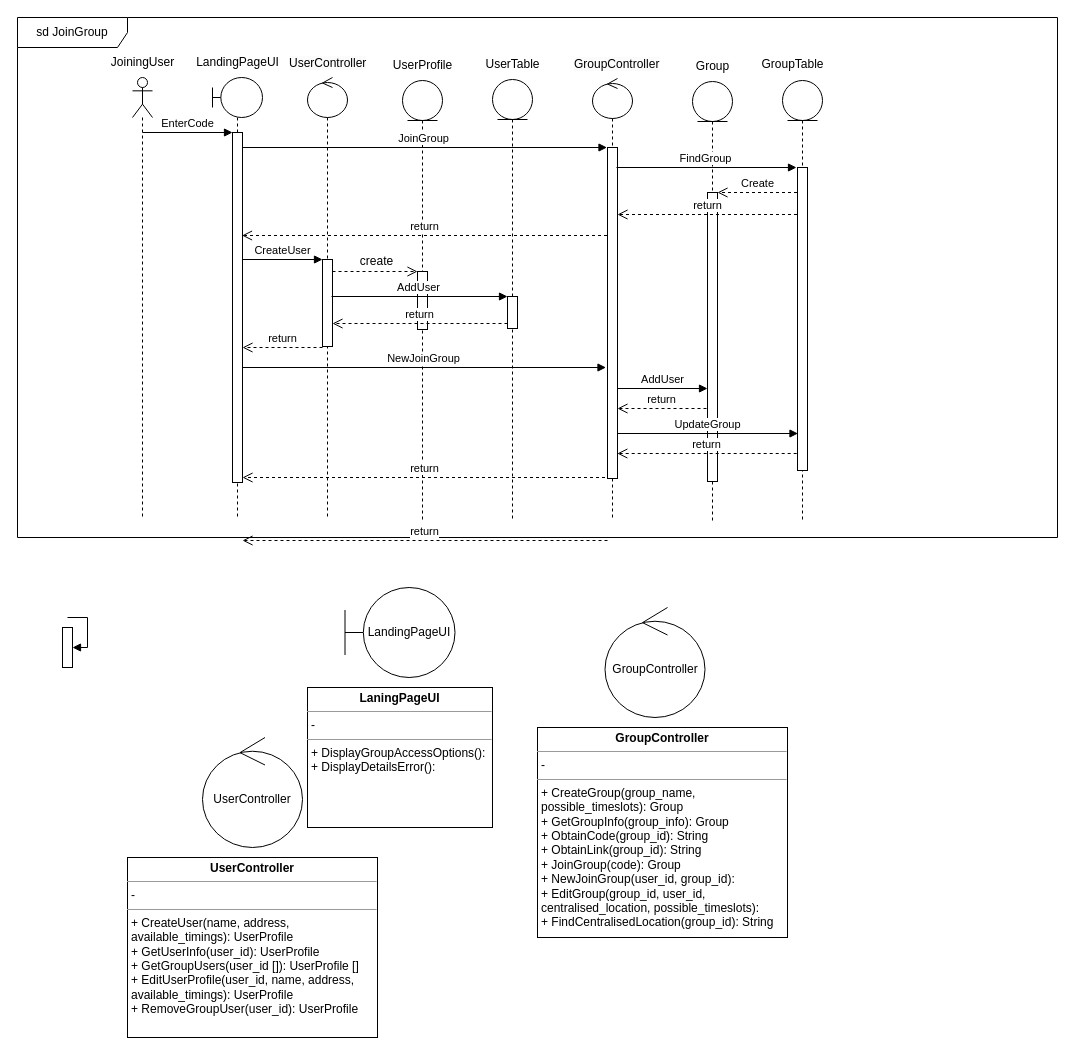
audd-ho/School-Projects-Stuff keeps this draw.io diagram as page "CodeJoinGroup" (2 of 8) of SC2006/Diagrams/Sequence Diagrams.drawio. Above is the earlier version. Source tidied: cells renumbered, new cells numbered last; positions are measured from the earlier drawing's top-left corner, leaving out a move shared by most shapes. Both pictures are drawn from the tidied source at 100%, with x=0, y=0 at pixel (17, 17).
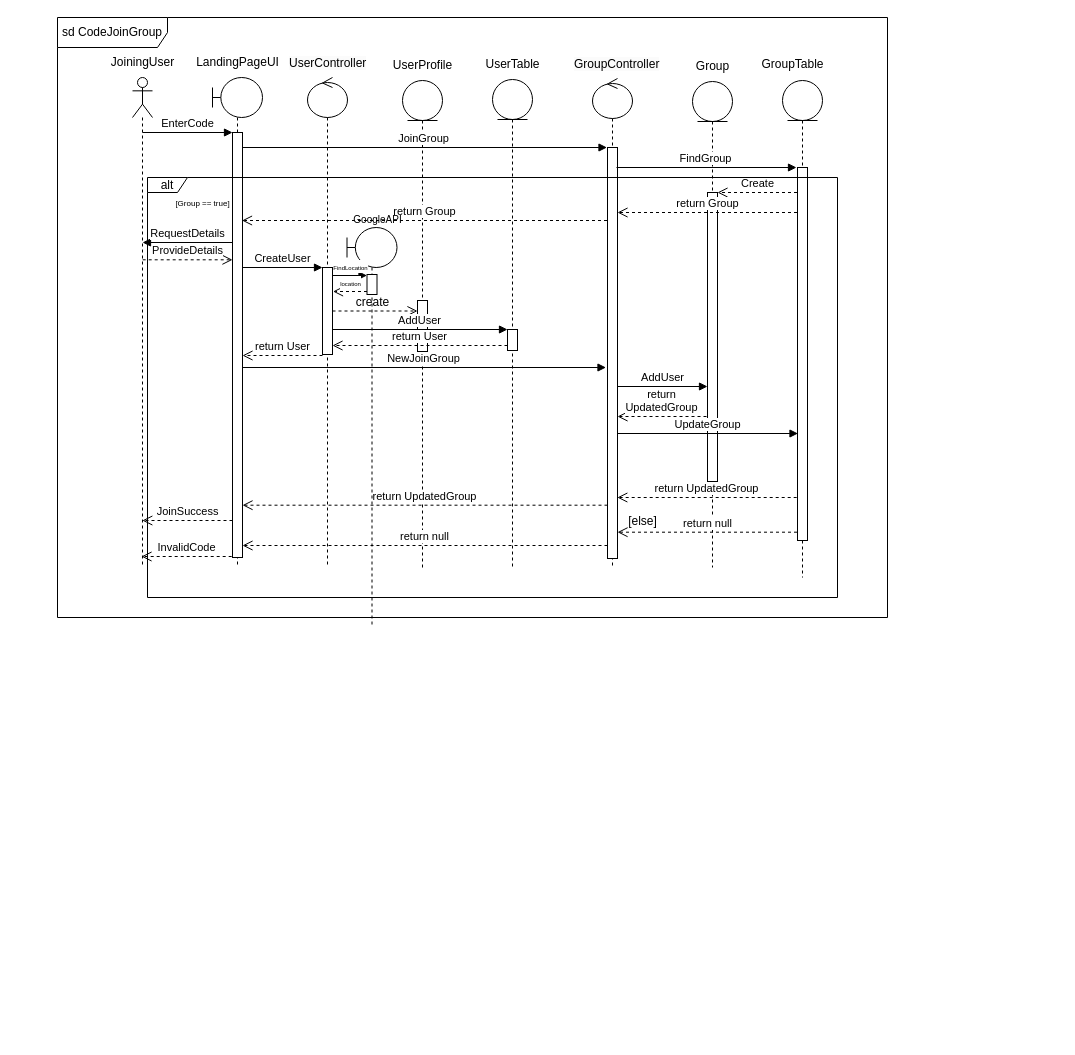
Above is the later version.

Change to the diagram source:
```diff
@@
-    <mxCell id="2" value="sd JoinGroup" style="shape=umlFrame;whiteSpace=wrap;html=1;width=110;height=30;" parent="1" vertex="1">
-      <mxGeometry width="1040" height="520" as="geometry" />
+    <mxCell id="2" value="sd CodeJoinGroup" style="shape=umlFrame;whiteSpace=wrap;html=1;width=110;height=30;" parent="1" vertex="1">
+      <mxGeometry x="40" width="830" height="600" as="geometry" />
     </mxCell>
     <mxCell id="3" style="shape=umlLifeline;perimeter=lifelinePerimeter;whiteSpace=wrap;html=1;newEdgeStyle={&quot;curved&quot;:0,&quot;rounded&quot;:0};participant=umlActor;" parent="1" vertex="1">
-      <mxGeometry x="115" y="60" width="20" height="440" as="geometry" />
+      <mxGeometry x="115" y="60" width="20" height="490" as="geometry" />
     </mxCell>
@@
-    <mxCell id="5" value="LandingPageUI" style="shape=umlBoundary;whiteSpace=wrap;html=1;" parent="1" vertex="1">
-      <mxGeometry x="327.5" y="570" width="110" height="90" as="geometry" />
-    </mxCell>
-    <mxCell id="6" value="&lt;p style=&quot;margin:0px;margin-top:4px;text-align:center;&quot;&gt;&lt;b&gt;LaningPageUI&lt;/b&gt;&lt;br&gt;&lt;/p&gt;&lt;hr size=&quot;1&quot;&gt;&lt;p style=&quot;margin:0px;margin-left:4px;&quot;&gt;-&lt;/p&gt;&lt;hr size=&quot;1&quot;&gt;&lt;p style=&quot;margin:0px;margin-left:4px;&quot;&gt;+ DisplayGroupAccessOptions():&lt;/p&gt;&lt;p style=&quot;margin:0px;margin-left:4px;&quot;&gt;+ DisplayDetailsError():&lt;/p&gt;" style="verticalAlign=top;align=left;overflow=fill;fontSize=12;fontFamily=Helvetica;html=1;whiteSpace=wrap;" parent="1" vertex="1">
-      <mxGeometry x="290" y="670" width="185" height="140" as="geometry" />
-    </mxCell>
     <mxCell id="7" style="shape=umlLifeline;perimeter=lifelinePerimeter;whiteSpace=wrap;html=1;newEdgeStyle={&quot;curved&quot;:0,&quot;rounded&quot;:0};participant=umlBoundary;" parent="1" vertex="1">
-      <mxGeometry x="195" y="60" width="50" height="440" as="geometry" />
+      <mxGeometry x="195" y="60" width="50" height="490" as="geometry" />
     </mxCell>
     <mxCell id="8" style="html=1;points=[[0,0,0,0,5],[0,1,0,0,-5],[1,0,0,0,5],[1,1,0,0,-5]];perimeter=orthogonalPerimeter;outlineConnect=0;targetShapes=umlLifeline;portConstraint=eastwest;newEdgeStyle={&quot;curved&quot;:0,&quot;rounded&quot;:0};" parent="7" vertex="1">
-      <mxGeometry x="20" y="55" width="10" height="350" as="geometry" />
+      <mxGeometry x="20" y="55" width="10" height="425" as="geometry" />
     </mxCell>
@@
-    <mxCell id="10" value="UserController" style="ellipse;shape=umlControl;whiteSpace=wrap;html=1;" parent="1" vertex="1">
-      <mxGeometry x="185" y="720" width="100" height="110" as="geometry" />
-    </mxCell>
-    <mxCell id="11" value="&lt;p style=&quot;margin:0px;margin-top:4px;text-align:center;&quot;&gt;&lt;b&gt;UserController&lt;/b&gt;&lt;/p&gt;&lt;hr size=&quot;1&quot;&gt;&lt;p style=&quot;margin:0px;margin-left:4px;&quot;&gt;-&lt;/p&gt;&lt;hr size=&quot;1&quot;&gt;&lt;p style=&quot;margin:0px;margin-left:4px;&quot;&gt;+ CreateUser(name, address, available_timings): UserProfile&lt;/p&gt;&lt;p style=&quot;margin:0px;margin-left:4px;&quot;&gt;+ GetUserInfo(user_id): UserProfile&lt;br&gt;&lt;/p&gt;&lt;p style=&quot;margin:0px;margin-left:4px;&quot;&gt;+ GetGroupUsers(user_id []): UserProfile []&lt;br&gt;&lt;/p&gt;&lt;p style=&quot;margin:0px;margin-left:4px;&quot;&gt;+ EditUserProfile(user_id, name, address, available_timings): UserProfile&lt;/p&gt;&lt;p style=&quot;margin:0px;margin-left:4px;&quot;&gt;&lt;span style=&quot;background-color: initial;&quot;&gt;+ RemoveGroupUser(user_id): UserProfile&amp;nbsp;&lt;/span&gt;&lt;/p&gt;" style="verticalAlign=top;align=left;overflow=fill;fontSize=12;fontFamily=Helvetica;html=1;whiteSpace=wrap;" parent="1" vertex="1">
-      <mxGeometry x="110" y="840" width="250" height="180" as="geometry" />
-    </mxCell>
-    <mxCell id="12" value="GroupController" style="ellipse;shape=umlControl;whiteSpace=wrap;html=1;" parent="1" vertex="1">
-      <mxGeometry x="587.5" y="590" width="100" height="110" as="geometry" />
-    </mxCell>
-    <mxCell id="13" value="&lt;p style=&quot;margin:0px;margin-top:4px;text-align:center;&quot;&gt;&lt;b&gt;GroupController&lt;/b&gt;&lt;/p&gt;&lt;hr size=&quot;1&quot;&gt;&lt;p style=&quot;margin:0px;margin-left:4px;&quot;&gt;-&amp;nbsp;&lt;/p&gt;&lt;hr size=&quot;1&quot;&gt;&lt;p style=&quot;margin:0px;margin-left:4px;&quot;&gt;+ CreateGroup(group_name, possible_timeslots): Group&lt;/p&gt;&lt;p style=&quot;margin:0px;margin-left:4px;&quot;&gt;+ GetGroupInfo(group_info): Group&lt;br&gt;&lt;/p&gt;&lt;p style=&quot;margin:0px;margin-left:4px;&quot;&gt;+ ObtainCode(group_id): String&lt;/p&gt;&lt;p style=&quot;margin:0px;margin-left:4px;&quot;&gt;+ ObtainLink(group_id): String&lt;/p&gt;&lt;p style=&quot;margin:0px;margin-left:4px;&quot;&gt;+ JoinGroup(code): Group&amp;nbsp;&lt;/p&gt;&lt;p style=&quot;margin:0px;margin-left:4px;&quot;&gt;+ NewJoinGroup(user_id, group_id):&lt;br&gt;&lt;/p&gt;&lt;p style=&quot;margin:0px;margin-left:4px;&quot;&gt;+ EditGroup(group_id, user_id, centralised_location, possible_timeslots):&amp;nbsp;&lt;/p&gt;&lt;p style=&quot;margin:0px;margin-left:4px;&quot;&gt;+ FindCentralisedLocation(group_id): String&lt;/p&gt;" style="verticalAlign=top;align=left;overflow=fill;fontSize=12;fontFamily=Helvetica;html=1;whiteSpace=wrap;" parent="1" vertex="1">
-      <mxGeometry x="520" y="710" width="250" height="210" as="geometry" />
-    </mxCell>
     <mxCell id="14" style="shape=umlLifeline;perimeter=lifelinePerimeter;whiteSpace=wrap;html=1;newEdgeStyle={&quot;curved&quot;:0,&quot;rounded&quot;:0};participant=umlControl;" parent="1" vertex="1">
-      <mxGeometry x="290" y="60" width="40" height="440" as="geometry" />
+      <mxGeometry x="290" y="60" width="40" height="490" as="geometry" />
     </mxCell>
     <mxCell id="15" style="html=1;points=[[0,0,0,0,5],[0,1,0,0,-5],[1,0,0,0,5],[1,1,0,0,-5]];perimeter=orthogonalPerimeter;outlineConnect=0;targetShapes=umlLifeline;portConstraint=eastwest;newEdgeStyle={&quot;curved&quot;:0,&quot;rounded&quot;:0};" parent="14" vertex="1">
-      <mxGeometry x="15" y="182" width="10" height="87" as="geometry" />
+      <mxGeometry x="15" y="190" width="10" height="87" as="geometry" />
     </mxCell>
     <mxCell id="16" value="CreateUser" style="html=1;verticalAlign=bottom;endArrow=block;curved=0;rounded=0;" parent="14" edge="1">
       <mxGeometry x="-0.01" relative="1" as="geometry">
-        <mxPoint x="-65" y="182" as="sourcePoint" />
-        <mxPoint x="15" y="182" as="targetPoint" />
+        <mxPoint x="-65" y="190" as="sourcePoint" />
+        <mxPoint x="15" y="190" as="targetPoint" />
       </mxGeometry>
     </mxCell>
@@
     <mxCell id="19" style="shape=umlLifeline;perimeter=lifelinePerimeter;whiteSpace=wrap;html=1;newEdgeStyle={&quot;curved&quot;:0,&quot;rounded&quot;:0};participant=umlControl;" parent="1" vertex="1">
-      <mxGeometry x="575" y="61" width="40" height="440" as="geometry" />
+      <mxGeometry x="575" y="61" width="40" height="489" as="geometry" />
     </mxCell>
     <mxCell id="20" style="html=1;perimeter=orthogonalPerimeter;targetShapes=umlLifeline;newEdgeStyle={&quot;curved&quot;:0,&quot;rounded&quot;:0};" parent="19" vertex="1">
-      <mxGeometry x="15" y="69" width="10" height="331" as="geometry" />
+      <mxGeometry x="15" y="69" width="10" height="411" as="geometry" />
     </mxCell>
@@
     <mxCell id="22" style="shape=umlLifeline;perimeter=lifelinePerimeter;whiteSpace=wrap;html=1;newEdgeStyle={&quot;curved&quot;:0,&quot;rounded&quot;:0};participant=umlEntity;" parent="1" vertex="1">
-      <mxGeometry x="385" y="63" width="40" height="440" as="geometry" />
+      <mxGeometry x="385" y="63" width="40" height="487" as="geometry" />
     </mxCell>
     <mxCell id="23" style="html=1;points=[[0,0,0,0,5],[0,1,0,0,-5],[1,0,0,0,5],[1,1,0,0,-5]];perimeter=orthogonalPerimeter;outlineConnect=0;targetShapes=umlLifeline;portConstraint=eastwest;newEdgeStyle={&quot;curved&quot;:0,&quot;rounded&quot;:0};" parent="22" vertex="1">
-      <mxGeometry x="15" y="191" width="10" height="58" as="geometry" />
+      <mxGeometry x="15" y="220" width="10" height="51" as="geometry" />
     </mxCell>
@@
     <mxCell id="25" style="shape=umlLifeline;perimeter=lifelinePerimeter;whiteSpace=wrap;html=1;newEdgeStyle={&quot;curved&quot;:0,&quot;rounded&quot;:0};participant=umlEntity;" parent="1" vertex="1">
-      <mxGeometry x="475" y="62" width="40" height="440" as="geometry" />
+      <mxGeometry x="475" y="62" width="40" height="488" as="geometry" />
     </mxCell>
     <mxCell id="26" style="html=1;points=[[0,0,0,0,5],[0,1,0,0,-5],[1,0,0,0,5],[1,1,0,0,-5]];perimeter=orthogonalPerimeter;outlineConnect=0;targetShapes=umlLifeline;portConstraint=eastwest;newEdgeStyle={&quot;curved&quot;:0,&quot;rounded&quot;:0};" parent="25" vertex="1">
-      <mxGeometry x="15" y="217" width="10" height="32" as="geometry" />
+      <mxGeometry x="15" y="250" width="10" height="21" as="geometry" />
     </mxCell>
@@
     <mxCell id="28" style="shape=umlLifeline;perimeter=lifelinePerimeter;whiteSpace=wrap;html=1;newEdgeStyle={&quot;curved&quot;:0,&quot;rounded&quot;:0};participant=umlEntity;" parent="1" vertex="1">
-      <mxGeometry x="675" y="64" width="40" height="440" as="geometry" />
+      <mxGeometry x="675" y="64" width="40" height="486" as="geometry" />
     </mxCell>
@@
     <mxCell id="31" style="shape=umlLifeline;perimeter=lifelinePerimeter;whiteSpace=wrap;html=1;newEdgeStyle={&quot;curved&quot;:0,&quot;rounded&quot;:0};participant=umlEntity;" parent="1" vertex="1">
-      <mxGeometry x="765" y="63" width="40" height="440" as="geometry" />
+      <mxGeometry x="765" y="63" width="40" height="497" as="geometry" />
     </mxCell>
     <mxCell id="32" style="html=1;perimeter=orthogonalPerimeter;targetShapes=umlLifeline;newEdgeStyle={&quot;curved&quot;:0,&quot;rounded&quot;:0};" parent="31" vertex="1">
-      <mxGeometry x="15" y="87" width="10" height="303" as="geometry" />
+      <mxGeometry x="15" y="87" width="10" height="373" as="geometry" />
     </mxCell>
@@
-    <mxCell id="35" style="html=1;points=[[0,0,0,0,5],[0,1,0,0,-5],[1,0,0,0,5],[1,1,0,0,-5]];perimeter=orthogonalPerimeter;outlineConnect=0;targetShapes=umlLifeline;portConstraint=eastwest;newEdgeStyle={&quot;curved&quot;:0,&quot;rounded&quot;:0};" parent="1" vertex="1">
-      <mxGeometry x="45" y="610" width="10" height="40" as="geometry" />
-    </mxCell>
-    <mxCell id="36" style="html=1;align=left;spacingLeft=2;endArrow=block;rounded=0;edgeStyle=orthogonalEdgeStyle;curved=0;rounded=0;" parent="1" edge="1" target="35">
-      <mxGeometry relative="1" as="geometry">
-        <mxPoint x="50" y="600" as="sourcePoint" />
-        <Array as="points">
-          <mxPoint x="70" y="600" />
-          <mxPoint x="70" y="630" />
-        </Array>
-      </mxGeometry>
-    </mxCell>
-    <mxCell id="37" style="html=1;verticalAlign=bottom;endArrow=open;dashed=1;endSize=8;curved=0;rounded=0;" parent="1" edge="1" target="23">
-      <mxGeometry relative="1" as="geometry">
-        <mxPoint x="315" y="254" as="sourcePoint" />
-      </mxGeometry>
+    <mxCell id="37" style="html=1;verticalAlign=bottom;endArrow=open;dashed=1;endSize=8;curved=0;rounded=0;" parent="1" edge="1" source="15" target="23">
+      <mxGeometry relative="1" as="geometry" />
     </mxCell>
     <mxCell id="38" value="create" style="text;html=1;align=center;verticalAlign=middle;strokeColor=none;fillColor=none;" parent="1" vertex="1">
-      <mxGeometry x="329" y="229" width="60" height="30" as="geometry" />
+      <mxGeometry x="325" y="270" width="60" height="30" as="geometry" />
     </mxCell>
-    <mxCell id="39" value="return" style="html=1;verticalAlign=bottom;endArrow=open;dashed=1;endSize=8;curved=0;rounded=0;" parent="1" edge="1">
+    <mxCell id="39" value="return User" style="html=1;verticalAlign=bottom;endArrow=open;dashed=1;endSize=8;curved=0;rounded=0;" parent="1" edge="1">
       <mxGeometry relative="1" as="geometry">
-        <mxPoint x="305" y="330" as="sourcePoint" />
-        <mxPoint x="225" y="330" as="targetPoint" />
+        <mxPoint x="305" y="338" as="sourcePoint" />
+        <mxPoint x="225" y="338" as="targetPoint" />
       </mxGeometry>
     </mxCell>
-    <mxCell id="40" value="return" style="html=1;verticalAlign=bottom;endArrow=open;dashed=1;endSize=8;curved=0;rounded=0;" parent="1" edge="1">
-      <mxGeometry relative="1" as="geometry">
-        <mxPoint x="590" y="523" as="sourcePoint" />
-        <mxPoint x="225" y="523" as="targetPoint" />
-      </mxGeometry>
-    </mxCell>
@@
     <mxCell id="42" value="AddUser" style="html=1;verticalAlign=bottom;endArrow=block;curved=0;rounded=0;" parent="1" edge="1">
       <mxGeometry x="-0.01" relative="1" as="geometry">
-        <mxPoint x="600" y="371" as="sourcePoint" />
-        <mxPoint x="690" y="371" as="targetPoint" />
+        <mxPoint x="600" y="369" as="sourcePoint" />
+        <mxPoint x="690" y="369" as="targetPoint" />
       </mxGeometry>
     </mxCell>
-    <mxCell id="43" value="AddUser" style="html=1;verticalAlign=bottom;endArrow=block;curved=0;rounded=0;" parent="1" edge="1" target="26">
-      <mxGeometry x="-0.01" relative="1" as="geometry">
-        <mxPoint x="314" y="279" as="sourcePoint" />
-      </mxGeometry>
+    <mxCell id="43" value="AddUser" style="html=1;verticalAlign=bottom;endArrow=block;curved=0;rounded=0;" parent="1" edge="1" source="15" target="26">
+      <mxGeometry x="-0.01" relative="1" as="geometry" />
     </mxCell>
-    <mxCell id="44" value="return" style="html=1;verticalAlign=bottom;endArrow=open;dashed=1;endSize=8;curved=0;rounded=0;entryX=1;entryY=1;entryDx=0;entryDy=-5;entryPerimeter=0;exitX=0;exitY=1;exitDx=0;exitDy=-5;exitPerimeter=0;" parent="1" edge="1" source="26">
+    <mxCell id="44" value="return User" style="html=1;verticalAlign=bottom;endArrow=open;dashed=1;endSize=8;curved=0;rounded=0;entryX=1;entryY=1;entryDx=0;entryDy=-5;entryPerimeter=0;exitX=0;exitY=1;exitDx=0;exitDy=-5;exitPerimeter=0;" parent="1" edge="1" source="26">
       <mxGeometry relative="1" as="geometry">
-        <mxPoint x="315" y="306" as="targetPoint" />
+        <mxPoint x="315" y="328" as="targetPoint" />
       </mxGeometry>
     </mxCell>
-    <mxCell id="45" value="return" style="html=1;verticalAlign=bottom;endArrow=open;dashed=1;endSize=8;curved=0;rounded=0;" parent="1" edge="1">
+    <mxCell id="45" value="return&lt;br&gt;UpdatedGroup" style="html=1;verticalAlign=bottom;endArrow=open;dashed=1;endSize=8;curved=0;rounded=0;" parent="1" edge="1">
       <mxGeometry relative="1" as="geometry">
-        <mxPoint x="689" y="391" as="sourcePoint" />
-        <mxPoint x="600" y="391" as="targetPoint" />
+        <mxPoint x="689" y="399" as="sourcePoint" />
+        <mxPoint x="600" y="399" as="targetPoint" />
       </mxGeometry>
     </mxCell>
@@
-    <mxCell id="47" value="return" style="html=1;verticalAlign=bottom;endArrow=open;dashed=1;endSize=8;curved=0;rounded=0;" parent="1" edge="1">
+    <mxCell id="47" value="return UpdatedGroup" style="html=1;verticalAlign=bottom;endArrow=open;dashed=1;endSize=8;curved=0;rounded=0;" parent="1" edge="1">
       <mxGeometry relative="1" as="geometry">
-        <mxPoint x="779.2" y="436" as="sourcePoint" />
-        <mxPoint x="599.8" y="436" as="targetPoint" />
+        <mxPoint x="779.2" y="480" as="sourcePoint" />
+        <mxPoint x="599.8" y="480" as="targetPoint" />
       </mxGeometry>
     </mxCell>
@@
-    <mxCell id="51" value="return" style="html=1;verticalAlign=bottom;endArrow=open;dashed=1;endSize=8;curved=0;rounded=0;" parent="1" edge="1">
+    <mxCell id="51" value="return Group" style="html=1;verticalAlign=bottom;endArrow=open;dashed=1;endSize=8;curved=0;rounded=0;" parent="1" edge="1">
       <mxGeometry relative="1" as="geometry">
-        <mxPoint x="779.5" y="197" as="sourcePoint" />
-        <mxPoint x="600" y="197" as="targetPoint" />
+        <mxPoint x="779.5" y="195" as="sourcePoint" />
+        <mxPoint x="600" y="195" as="targetPoint" />
       </mxGeometry>
     </mxCell>
-    <mxCell id="52" value="return" style="html=1;verticalAlign=bottom;endArrow=open;dashed=1;endSize=8;curved=0;rounded=0;" parent="1" edge="1">
+    <mxCell id="52" value="return Group" style="html=1;verticalAlign=bottom;endArrow=open;dashed=1;endSize=8;curved=0;rounded=0;" parent="1" edge="1">
       <mxGeometry relative="1" as="geometry">
-        <mxPoint x="589.5" y="218" as="sourcePoint" />
-        <mxPoint x="224.5" y="218" as="targetPoint" />
+        <mxPoint x="589.5" y="203" as="sourcePoint" />
+        <mxPoint x="224.5" y="203" as="targetPoint" />
       </mxGeometry>
     </mxCell>
-    <mxCell id="53" value="return" style="html=1;verticalAlign=bottom;endArrow=open;dashed=1;endSize=8;curved=0;rounded=0;entryX=1;entryY=1;entryDx=0;entryDy=-5;entryPerimeter=0;" parent="1" edge="1" target="8">
+    <mxCell id="53" value="return UpdatedGroup" style="html=1;verticalAlign=bottom;endArrow=open;dashed=1;endSize=8;curved=0;rounded=0;" parent="1" edge="1">
       <mxGeometry relative="1" as="geometry">
-        <mxPoint x="587.5" y="460" as="sourcePoint" />
+        <mxPoint x="590" y="487.7" as="sourcePoint" />
+        <mxPoint x="225" y="487.7" as="targetPoint" />
       </mxGeometry>
     </mxCell>
+    <mxCell id="54" value="JoinSuccess" style="html=1;verticalAlign=bottom;endArrow=open;dashed=1;endSize=8;curved=0;rounded=0;" parent="1" edge="1">
+      <mxGeometry relative="1" as="geometry">
+        <mxPoint x="215" y="503" as="sourcePoint" />
+        <mxPoint x="124.8" y="503" as="targetPoint" />
+      </mxGeometry>
+    </mxCell>
+    <mxCell id="55" value="alt" style="shape=umlFrame;whiteSpace=wrap;html=1;width=40;height=15;" parent="1" vertex="1">
+      <mxGeometry x="130" y="160" width="690" height="420" as="geometry" />
+    </mxCell>
+    <mxCell id="56" value="&lt;font style=&quot;font-size: 8px;&quot;&gt;[Group == true]&lt;/font&gt;" style="text;html=1;align=center;verticalAlign=middle;strokeColor=none;fillColor=none;" parent="1" vertex="1">
+      <mxGeometry x="145" y="170" width="80" height="30" as="geometry" />
+    </mxCell>
+    <mxCell id="57" value="return null" style="html=1;verticalAlign=bottom;endArrow=open;dashed=1;endSize=8;curved=0;rounded=0;" parent="1" edge="1">
+      <mxGeometry relative="1" as="geometry">
+        <mxPoint x="590" y="528" as="sourcePoint" />
+        <mxPoint x="225" y="528" as="targetPoint" />
+      </mxGeometry>
+    </mxCell>
+    <mxCell id="58" value="[else]" style="text;html=1;align=center;verticalAlign=middle;strokeColor=none;fillColor=none;" parent="1" vertex="1">
+      <mxGeometry x="600" y="489" width="50" height="30" as="geometry" />
+    </mxCell>
+    <mxCell id="59" value="InvalidCode" style="html=1;verticalAlign=bottom;endArrow=open;dashed=1;endSize=8;curved=0;rounded=0;" parent="1" edge="1">
+      <mxGeometry relative="1" as="geometry">
+        <mxPoint x="214.2" y="539" as="sourcePoint" />
+        <mxPoint x="124" y="539" as="targetPoint" />
+      </mxGeometry>
+    </mxCell>
+    <mxCell id="60" value="return null" style="html=1;verticalAlign=bottom;endArrow=open;dashed=1;endSize=8;curved=0;rounded=0;" parent="1" edge="1">
+      <mxGeometry relative="1" as="geometry">
+        <mxPoint x="779.5" y="514.7" as="sourcePoint" />
+        <mxPoint x="600" y="514.7" as="targetPoint" />
+      </mxGeometry>
+    </mxCell>
+    <mxCell id="61" value="RequestDetails" style="html=1;verticalAlign=bottom;endArrow=block;curved=0;rounded=0;" parent="1" edge="1">
+      <mxGeometry relative="1" as="geometry">
+        <mxPoint x="215" y="225" as="sourcePoint" />
+        <mxPoint x="125" y="225" as="targetPoint" />
+      </mxGeometry>
+    </mxCell>
+    <mxCell id="62" value="ProvideDetails" style="html=1;verticalAlign=bottom;endArrow=open;dashed=1;endSize=8;curved=0;rounded=0;exitX=-0.007;exitY=0.446;exitDx=0;exitDy=0;exitPerimeter=0;" parent="1" edge="1">
+      <mxGeometry relative="1" as="geometry">
+        <mxPoint x="125.2" y="242.3" as="sourcePoint" />
+        <mxPoint x="215" y="242.3" as="targetPoint" />
+      </mxGeometry>
+    </mxCell>
+    <mxCell id="63" style="shape=umlLifeline;perimeter=lifelinePerimeter;whiteSpace=wrap;html=1;newEdgeStyle={&quot;curved&quot;:0,&quot;rounded&quot;:0};participant=umlBoundary;" parent="1" vertex="1">
+      <mxGeometry x="329.5" y="210" width="50" height="400" as="geometry" />
+    </mxCell>
+    <mxCell id="64" value="&lt;font style=&quot;font-size: 10px;&quot;&gt;GoogleAPI&lt;/font&gt;" style="text;html=1;align=center;verticalAlign=middle;strokeColor=none;fillColor=none;" parent="1" vertex="1">
+      <mxGeometry x="325" y="187" width="70" height="30" as="geometry" />
+    </mxCell>
+    <mxCell id="65" value="&lt;font style=&quot;font-size: 6px;&quot;&gt;FindLocation&lt;/font&gt;" style="html=1;verticalAlign=bottom;endArrow=block;curved=0;rounded=0;" parent="1" edge="1" target="66">
+      <mxGeometry relative="1" as="geometry">
+        <mxPoint x="315.5" y="258" as="sourcePoint" />
+      </mxGeometry>
+    </mxCell>
+    <mxCell id="66" style="html=1;points=[[0,0,0,0,5],[0,1,0,0,-5],[1,0,0,0,5],[1,1,0,0,-5]];perimeter=orthogonalPerimeter;outlineConnect=0;targetShapes=umlLifeline;portConstraint=eastwest;newEdgeStyle={&quot;curved&quot;:0,&quot;rounded&quot;:0};" parent="1" vertex="1">
+      <mxGeometry x="349.5" y="257" width="10" height="20" as="geometry" />
+    </mxCell>
+    <mxCell id="67" value="&lt;font style=&quot;font-size: 6px;&quot;&gt;location&lt;br&gt;&lt;/font&gt;" style="html=1;verticalAlign=bottom;endArrow=open;dashed=1;endSize=8;curved=0;rounded=0;" parent="1" edge="1">
+      <mxGeometry relative="1" as="geometry">
+        <mxPoint x="349.5" y="274" as="sourcePoint" />
+        <mxPoint x="315.5" y="274" as="targetPoint" />
+      </mxGeometry>
+    </mxCell>
```
